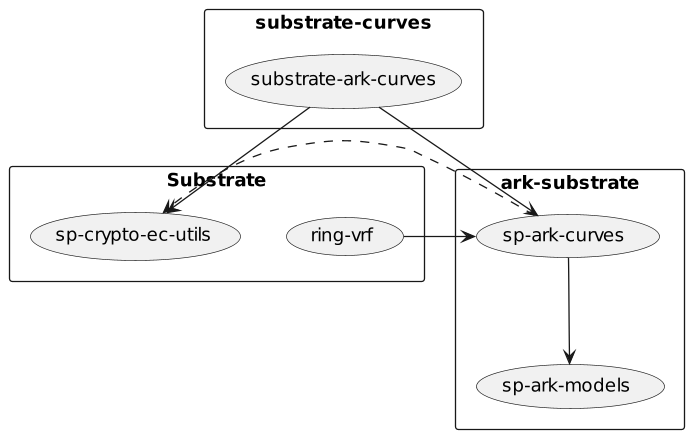
paritytech/arkworks-substrate keeps this PlantUML diagram as diagram-dependencies.png. Above is the earlier version.
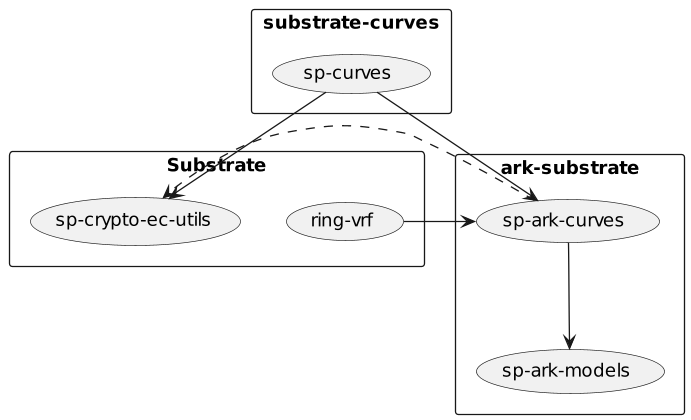
The same file after the commit.

Change to the diagram source:
```diff
@@ -12,11 +12,11 @@
   (sp-ark-models)
 }
 rectangle "substrate-curves" {
-   (substrate-ark-curves)
+   (sp-curves)
 }
 
-(substrate-ark-curves) --> (sp-crypto-ec-utils)
-(substrate-ark-curves) --> (sp-ark-curves)
+(sp-curves) --> (sp-crypto-ec-utils)
+(sp-curves) --> (sp-ark-curves)
 (sp-ark-curves) --> (sp-ark-models)
 (ring-vrf)--> (sp-ark-curves)
 (sp-ark-curves) ..> (sp-crypto-ec-utils)
```
